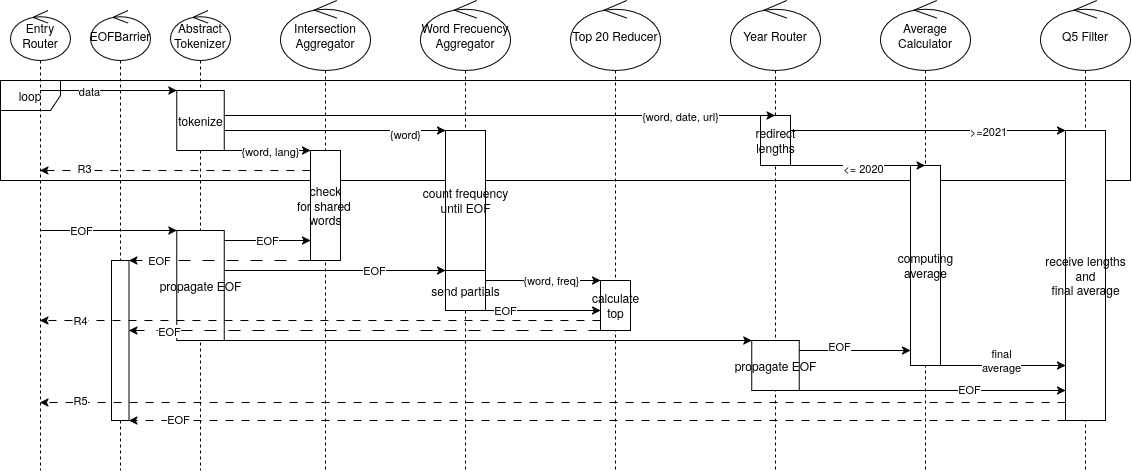
mrti259/fiuba-tp-template keeps this draw.io diagram as diagrams/Distribuidos - TP Diseño-Secuencia-Q3_Q4_Q5.drawio.png. Above is the earlier version. Source tidied: cells renumbered, new cells last; positions are measured from the earlier drawing's top-left corner, leaving out a move shared by most shapes.
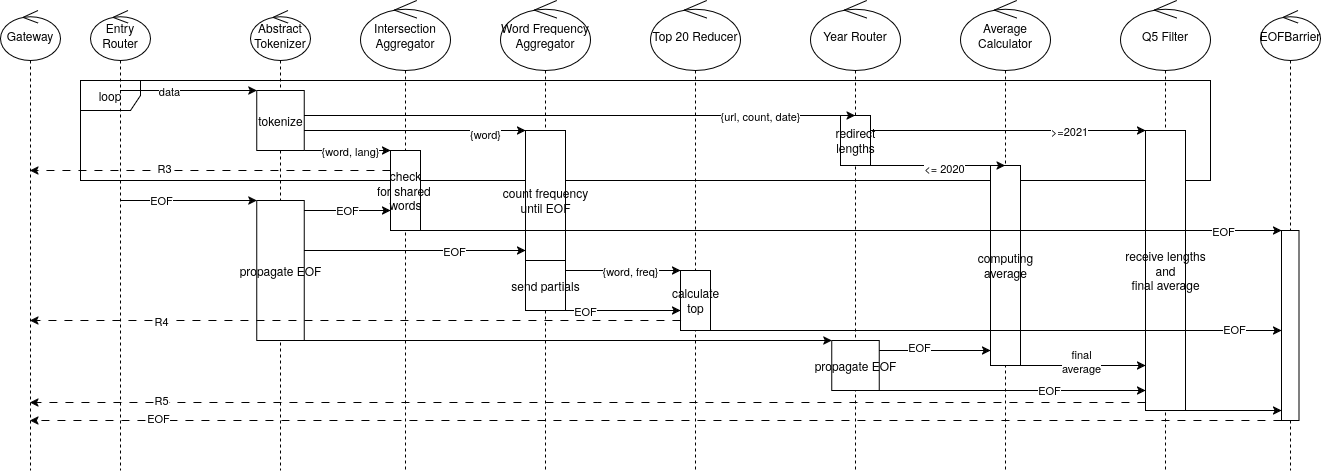
Later version of the same file.

The edit, as a diff of the source:
```diff
@@ -12,25 +12,25 @@
       <mxGeometry x="6.2" y="80" width="47.5" height="60" as="geometry" />
     </mxCell>
     <mxCell id="5" value="propagate EOF" style="html=1;points=[[0,0,0,0,5],[0,1,0,0,-5],[1,0,0,0,5],[1,1,0,0,-5]];perimeter=orthogonalPerimeter;outlineConnect=0;targetShapes=umlLifeline;portConstraint=eastwest;newEdgeStyle={&quot;edgeStyle&quot;:&quot;sequenceEdgeStyle&quot;,&quot;libavoidRouting&quot;:0,&quot;curved&quot;:0,&quot;rounded&quot;:0};" parent="3" vertex="1">
-      <mxGeometry x="6.2" y="220" width="47.5" height="110" as="geometry" />
+      <mxGeometry x="6.2" y="190" width="47.5" height="140" as="geometry" />
     </mxCell>
     <mxCell id="6" value="Intersection Aggregator" style="shape=umlLifeline;perimeter=lifelinePerimeter;whiteSpace=wrap;html=1;newEdgeStyle={&quot;edgeStyle&quot;:&quot;sequenceEdgeStyle&quot;,&quot;libavoidRouting&quot;:0,&quot;curved&quot;:0,&quot;rounded&quot;:0};participant=umlControl;size=70;" parent="1" vertex="1">
       <mxGeometry x="280" width="90" height="470" as="geometry" />
     </mxCell>
-    <mxCell id="7" value="Word Frecuency Aggregator" style="shape=umlLifeline;perimeter=lifelinePerimeter;whiteSpace=wrap;html=1;outlineConnect=0;portConstraint=eastwest;newEdgeStyle={&quot;edgeStyle&quot;:&quot;sequenceEdgeStyle&quot;,&quot;libavoidRouting&quot;:0,&quot;curved&quot;:0,&quot;rounded&quot;:0};participant=umlControl;size=70;" parent="1" vertex="1">
+    <mxCell id="7" value="Word Frequency Aggregator" style="shape=umlLifeline;perimeter=lifelinePerimeter;whiteSpace=wrap;html=1;outlineConnect=0;portConstraint=eastwest;newEdgeStyle={&quot;edgeStyle&quot;:&quot;sequenceEdgeStyle&quot;,&quot;libavoidRouting&quot;:0,&quot;curved&quot;:0,&quot;rounded&quot;:0};participant=umlControl;size=70;" parent="1" vertex="1">
       <mxGeometry x="420" width="90" height="470" as="geometry" />
     </mxCell>
     <mxCell id="8" value="count frequency&lt;div&gt;until EOF&lt;/div&gt;" style="html=1;points=[[0,0,0,0,5],[0,1,0,0,-5],[1,0,0,0,5],[1,1,0,0,-5]];perimeter=orthogonalPerimeter;outlineConnect=0;targetShapes=umlLifeline;portConstraint=eastwest;newEdgeStyle={&quot;edgeStyle&quot;:&quot;sequenceEdgeStyle&quot;,&quot;libavoidRouting&quot;:0,&quot;curved&quot;:0,&quot;rounded&quot;:0};" parent="7" vertex="1">
       <mxGeometry x="25" y="130" width="40" height="140" as="geometry" />
     </mxCell>
     <mxCell id="9" value="send partials" style="html=1;points=[[0,0,0,0,5],[0,1,0,0,-5],[1,0,0,0,5],[1,1,0,0,-5]];perimeter=orthogonalPerimeter;outlineConnect=0;targetShapes=umlLifeline;portConstraint=eastwest;newEdgeStyle={&quot;edgeStyle&quot;:&quot;sequenceEdgeStyle&quot;,&quot;libavoidRouting&quot;:0,&quot;curved&quot;:0,&quot;rounded&quot;:0};" parent="7" vertex="1">
-      <mxGeometry x="25" y="270" width="40" height="40" as="geometry" />
+      <mxGeometry x="25" y="260" width="40" height="50" as="geometry" />
     </mxCell>
     <mxCell id="10" value="Top 20 Reducer" style="shape=umlLifeline;perimeter=lifelinePerimeter;whiteSpace=wrap;html=1;newEdgeStyle={&quot;edgeStyle&quot;:&quot;sequenceEdgeStyle&quot;,&quot;libavoidRouting&quot;:0,&quot;curved&quot;:0,&quot;rounded&quot;:0};participant=umlControl;size=70;" parent="1" vertex="1">
       <mxGeometry x="570" width="90" height="470" as="geometry" />
     </mxCell>
     <mxCell id="11" value="calculate&lt;div&gt;top&lt;/div&gt;" style="html=1;points=[[0,0,0,0,5],[0,1,0,0,-5],[1,0,0,0,5],[1,1,0,0,-5]];perimeter=orthogonalPerimeter;outlineConnect=0;targetShapes=umlLifeline;portConstraint=eastwest;newEdgeStyle={&quot;edgeStyle&quot;:&quot;sequenceEdgeStyle&quot;,&quot;libavoidRouting&quot;:0,&quot;curved&quot;:0,&quot;rounded&quot;:0};" parent="10" vertex="1">
-      <mxGeometry x="30" y="280" width="30" height="50" as="geometry" />
+      <mxGeometry x="30" y="270" width="30" height="60" as="geometry" />
     </mxCell>
     <mxCell id="12" value="Year Router" style="shape=umlLifeline;perimeter=lifelinePerimeter;whiteSpace=wrap;html=1;outlineConnect=0;portConstraint=eastwest;newEdgeStyle={&quot;edgeStyle&quot;:&quot;sequenceEdgeStyle&quot;,&quot;libavoidRouting&quot;:0,&quot;curved&quot;:0,&quot;rounded&quot;:0};participant=umlControl;size=70;" parent="1" vertex="1">
       <mxGeometry x="730" width="90" height="470" as="geometry" />
@@ -51,7 +51,7 @@
       <mxGeometry x="1040" width="90" height="470" as="geometry" />
     </mxCell>
     <mxCell id="18" value="receive lengths&lt;div&gt;and&lt;/div&gt;&lt;div&gt;final average&lt;/div&gt;" style="html=1;points=[[0,0,0,0,5],[0,1,0,0,-5],[1,0,0,0,5],[1,1,0,0,-5]];perimeter=orthogonalPerimeter;outlineConnect=0;targetShapes=umlLifeline;portConstraint=eastwest;newEdgeStyle={&quot;edgeStyle&quot;:&quot;sequenceEdgeStyle&quot;,&quot;libavoidRouting&quot;:0,&quot;curved&quot;:0,&quot;rounded&quot;:0};" parent="17" vertex="1">
-      <mxGeometry x="25" y="130" width="40" height="290" as="geometry" />
+      <mxGeometry x="25" y="130" width="40" height="280" as="geometry" />
     </mxCell>
     <mxCell id="19" style="edgeStyle=sequenceEdgeStyle;rounded=0;jettySize=auto;html=1;libavoidRouting=0;curved=0;" parent="1" edge="1" source="13" target="18">
       <mxGeometry relative="1" as="geometry">
@@ -100,7 +100,7 @@
     <mxCell id="27" style="edgeStyle=sequenceEdgeStyle;rounded=0;jettySize=auto;html=1;libavoidRouting=0;curved=0;" parent="1" edge="1" source="29" target="5">
       <mxGeometry relative="1" as="geometry">
         <Array as="points">
-          <mxPoint x="107.9" y="230" />
+          <mxPoint x="107.9" y="200" />
         </Array>
       </mxGeometry>
     </mxCell>
@@ -139,7 +139,7 @@
         </Array>
       </mxGeometry>
     </mxCell>
-    <mxCell id="35" value="{word, date, url}" style="edgeLabel;html=1;align=center;verticalAlign=middle;" parent="34" vertex="1">
+    <mxCell id="35" value="{url, count, date}" style="edgeLabel;html=1;align=center;verticalAlign=middle;" parent="34" vertex="1">
       <mxGeometry x="0.56" y="-2" relative="1" as="geometry">
         <mxPoint x="26" y="-2" as="offset" />
       </mxGeometry>
@@ -147,24 +147,24 @@
     <mxCell id="36" value="EOF" style="edgeStyle=sequenceEdgeStyle;rounded=0;jettySize=auto;html=1;libavoidRouting=0;curved=0;" parent="1" edge="1" source="5" target="46">
       <mxGeometry relative="1" as="geometry">
         <Array as="points">
-          <mxPoint x="266.9" y="240" />
+          <mxPoint x="280" y="210" />
         </Array>
       </mxGeometry>
     </mxCell>
-    <mxCell id="37" style="edgeStyle=sequenceEdgeStyle;rounded=0;jettySize=auto;html=1;libavoidRouting=0;curved=0;dashed=1;dashPattern=8 8;" parent="1" edge="1" source="46" target="29">
-      <mxGeometry relative="1" as="geometry">
+    <mxCell id="37" style="edgeStyle=sequenceEdgeStyle;rounded=0;jettySize=auto;html=1;libavoidRouting=0;curved=0;dashed=1;dashPattern=8 8;" parent="1" edge="1" source="46" target="65">
+      <mxGeometry x="-0.25" relative="1" as="geometry">
         <Array as="points">
           <mxPoint x="174.8" y="170" />
         </Array>
       </mxGeometry>
     </mxCell>
     <mxCell id="38" value="R3" style="edgeLabel;html=1;align=center;verticalAlign=middle;" parent="37" vertex="1">
-      <mxGeometry x="0.68" y="-3" relative="1" as="geometry" />
+      <mxGeometry x="0.26" y="-3" relative="1" as="geometry" />
     </mxCell>
     <mxCell id="39" style="edgeStyle=sequenceEdgeStyle;rounded=0;jettySize=auto;html=1;libavoidRouting=0;curved=0;" parent="1" edge="1" source="5" target="8">
       <mxGeometry relative="1" as="geometry">
         <Array as="points">
-          <mxPoint x="334.4" y="270" />
+          <mxPoint x="340.6" y="250" />
         </Array>
       </mxGeometry>
     </mxCell>
@@ -190,7 +190,7 @@
     <mxCell id="43" value="EOF" style="edgeLabel;html=1;align=center;verticalAlign=middle;" parent="42" vertex="1">
       <mxGeometry x="-0.28" y="4" relative="1" as="geometry" />
     </mxCell>
-    <mxCell id="44" style="edgeStyle=sequenceEdgeStyle;rounded=0;jettySize=auto;html=1;libavoidRouting=0;curved=0;dashed=1;dashPattern=12 12;" parent="1" edge="1" source="46" target="58">
+    <mxCell id="44" style="edgeStyle=sequenceEdgeStyle;rounded=0;jettySize=auto;html=1;libavoidRouting=0;curved=0;" parent="1" edge="1" source="46" target="58">
       <mxGeometry x="0.42" relative="1" as="geometry">
         <Array as="points">
           <mxPoint x="219.2" y="260" />
@@ -199,11 +199,11 @@
     </mxCell>
     <mxCell id="45" value="EOF" style="edgeLabel;html=1;align=center;verticalAlign=middle;" parent="44" vertex="1">
       <mxGeometry x="0.77" y="1" relative="1" as="geometry">
-        <mxPoint x="9" y="-1" as="offset" />
+        <mxPoint x="41" y="1" as="offset" />
       </mxGeometry>
     </mxCell>
     <mxCell id="46" value="check&lt;div&gt;for shared&amp;nbsp;&lt;/div&gt;&lt;div&gt;words&lt;/div&gt;" style="html=1;points=[[0,0,0,0,5],[0,1,0,0,-5],[1,0,0,0,5],[1,1,0,0,-5]];perimeter=orthogonalPerimeter;outlineConnect=0;targetShapes=umlLifeline;portConstraint=eastwest;newEdgeStyle={&quot;edgeStyle&quot;:&quot;sequenceEdgeStyle&quot;,&quot;libavoidRouting&quot;:0,&quot;curved&quot;:0,&quot;rounded&quot;:0};" parent="1" vertex="1">
-      <mxGeometry x="310" y="150" width="30" height="110" as="geometry" />
+      <mxGeometry x="310" y="150" width="30" height="80" as="geometry" />
     </mxCell>
     <mxCell id="47" style="edgeStyle=sequenceEdgeStyle;rounded=0;jettySize=auto;html=1;libavoidRouting=0;curved=0;" parent="1" edge="1" source="12" target="18">
       <mxGeometry x="0.07" relative="1" as="geometry">
@@ -218,7 +218,7 @@
     <mxCell id="49" style="edgeStyle=sequenceEdgeStyle;rounded=0;jettySize=auto;html=1;libavoidRouting=0;curved=0;" parent="1" edge="1" source="9" target="11">
       <mxGeometry relative="1" as="geometry">
         <Array as="points">
-          <mxPoint x="542.5" y="280" />
+          <mxPoint x="542.5" y="270" />
         </Array>
       </mxGeometry>
     </mxCell>
@@ -237,7 +237,7 @@
     <mxCell id="52" value="EOF" style="edgeLabel;html=1;align=center;verticalAlign=middle;" parent="51" vertex="1">
       <mxGeometry x="-0.41" relative="1" as="geometry" />
     </mxCell>
-    <mxCell id="53" style="edgeStyle=sequenceEdgeStyle;rounded=0;jettySize=auto;html=1;libavoidRouting=0;curved=0;dashed=1;dashPattern=12 12;" parent="1" edge="1" source="11" target="58">
+    <mxCell id="53" style="edgeStyle=sequenceEdgeStyle;rounded=0;jettySize=auto;html=1;libavoidRouting=0;curved=0;" parent="1" edge="1" source="11" target="58">
       <mxGeometry x="0.17" relative="1" as="geometry">
         <Array as="points">
           <mxPoint x="359.8" y="330" />
@@ -247,46 +247,55 @@
     <mxCell id="54" value="EOF" style="edgeLabel;html=1;align=center;verticalAlign=middle;" parent="53" vertex="1">
       <mxGeometry x="0.83" y="1" relative="1" as="geometry" />
     </mxCell>
-    <mxCell id="55" style="edgeStyle=sequenceEdgeStyle;rounded=0;jettySize=auto;html=1;libavoidRouting=0;curved=0;dashed=1;dashPattern=8 8;" parent="1" edge="1" target="58">
-      <mxGeometry x="0.06" relative="1" as="geometry">
-        <mxPoint x="1065" y="420" as="sourcePoint" />
-        <Array as="points">
-          <mxPoint x="592.2" y="420" />
-        </Array>
-      </mxGeometry>
-    </mxCell>
-    <mxCell id="56" value="EOF" style="edgeLabel;html=1;align=center;verticalAlign=middle;" parent="55" vertex="1">
-      <mxGeometry x="0.9" y="-2" relative="1" as="geometry" />
-    </mxCell>
     <mxCell id="57" value="EOFBarrier" style="shape=umlLifeline;perimeter=lifelinePerimeter;whiteSpace=wrap;html=1;newEdgeStyle={&quot;edgeStyle&quot;:&quot;sequenceEdgeStyle&quot;,&quot;libavoidRouting&quot;:0,&quot;curved&quot;:0,&quot;rounded&quot;:0};participant=umlControl;size=50;" parent="1" vertex="1">
-      <mxGeometry x="90" y="10" width="60" height="460" as="geometry" />
+      <mxGeometry x="1180" y="10" width="60" height="460" as="geometry" />
     </mxCell>
     <mxCell id="58" style="html=1;points=[[0,0,0,0,5],[0,1,0,0,-5],[1,0,0,0,5],[1,1,0,0,-5]];perimeter=orthogonalPerimeter;outlineConnect=0;targetShapes=umlLifeline;portConstraint=eastwest;newEdgeStyle={&quot;edgeStyle&quot;:&quot;sequenceEdgeStyle&quot;,&quot;libavoidRouting&quot;:0,&quot;curved&quot;:0,&quot;rounded&quot;:0};fillColor=default;" parent="57" vertex="1">
-      <mxGeometry x="21" y="250" width="17.5" height="160" as="geometry" />
+      <mxGeometry x="21" y="220" width="17.5" height="190" as="geometry" />
     </mxCell>
-    <mxCell id="59" style="edgeStyle=sequenceEdgeStyle;rounded=0;jettySize=auto;html=1;libavoidRouting=0;curved=0;dashed=1;dashPattern=8 8;" parent="1" edge="1" source="18" target="29">
-      <mxGeometry x="-0.03" relative="1" as="geometry">
+    <mxCell id="59" style="edgeStyle=sequenceEdgeStyle;rounded=0;jettySize=auto;html=1;libavoidRouting=0;curved=0;dashed=1;dashPattern=8 8;" parent="1" edge="1" source="18" target="65">
+      <mxGeometry x="-0.11" relative="1" as="geometry">
         <Array as="points">
-          <mxPoint x="562" y="402" />
+          <mxPoint x="552.2" y="402" />
         </Array>
       </mxGeometry>
     </mxCell>
     <mxCell id="60" value="R5" style="edgeLabel;html=1;align=center;verticalAlign=middle;" parent="59" vertex="1">
-      <mxGeometry x="0.88" y="-2" relative="1" as="geometry">
+      <mxGeometry x="0.73" y="-2" relative="1" as="geometry">
         <mxPoint x="-21" as="offset" />
       </mxGeometry>
     </mxCell>
-    <mxCell id="61" style="edgeStyle=sequenceEdgeStyle;rounded=0;jettySize=auto;html=1;libavoidRouting=0;curved=0;dashed=1;dashPattern=8 8;" parent="1" edge="1" source="11" target="29">
-      <mxGeometry x="-0.05" relative="1" as="geometry">
+    <mxCell id="61" style="edgeStyle=sequenceEdgeStyle;rounded=0;jettySize=auto;html=1;libavoidRouting=0;curved=0;dashed=1;dashPattern=8 8;" parent="1" edge="1" source="11" target="65">
+      <mxGeometry x="-0.19" relative="1" as="geometry">
         <Array as="points">
-          <mxPoint x="380" y="320" />
+          <mxPoint x="319.8" y="320" />
         </Array>
       </mxGeometry>
     </mxCell>
     <mxCell id="62" value="R4" style="edgeLabel;html=1;align=center;verticalAlign=middle;" parent="61" vertex="1">
-      <mxGeometry x="0.77" y="-4" relative="1" as="geometry">
+      <mxGeometry x="0.53" y="-4" relative="1" as="geometry">
         <mxPoint x="-24" y="4" as="offset" />
       </mxGeometry>
     </mxCell>
+    <mxCell id="63" style="edgeStyle=sequenceEdgeStyle;rounded=0;jettySize=auto;html=1;libavoidRouting=0;curved=0;" parent="1" edge="1" source="18" target="58">
+      <mxGeometry relative="1" as="geometry">
+        <Array as="points">
+          <mxPoint x="1210" y="410" />
+        </Array>
+      </mxGeometry>
+    </mxCell>
+    <mxCell id="64" style="edgeStyle=sequenceEdgeStyle;rounded=0;jettySize=auto;html=1;libavoidRouting=0;curved=0;dashed=1;dashPattern=8 8;" parent="1" edge="1" source="58" target="65">
+      <mxGeometry x="-0.07" relative="1" as="geometry">
+        <Array as="points">
+          <mxPoint x="620.3" y="420" />
+        </Array>
+      </mxGeometry>
+    </mxCell>
+    <mxCell id="56" value="EOF" style="edgeLabel;html=1;align=center;verticalAlign=middle;" parent="64" vertex="1">
+      <mxGeometry x="0.8" y="-2" relative="1" as="geometry" />
+    </mxCell>
+    <mxCell id="65" value="Gateway" style="shape=umlLifeline;perimeter=lifelinePerimeter;whiteSpace=wrap;html=1;outlineConnect=0;portConstraint=eastwest;newEdgeStyle={&quot;edgeStyle&quot;:&quot;sequenceEdgeStyle&quot;,&quot;libavoidRouting&quot;:0,&quot;curved&quot;:0,&quot;rounded&quot;:0};participant=umlControl;size=50;" parent="1" vertex="1">
+      <mxGeometry x="-80" y="10" width="60" height="460" as="geometry" />
+    </mxCell>
   </root>
 </mxGraphModel>
```
